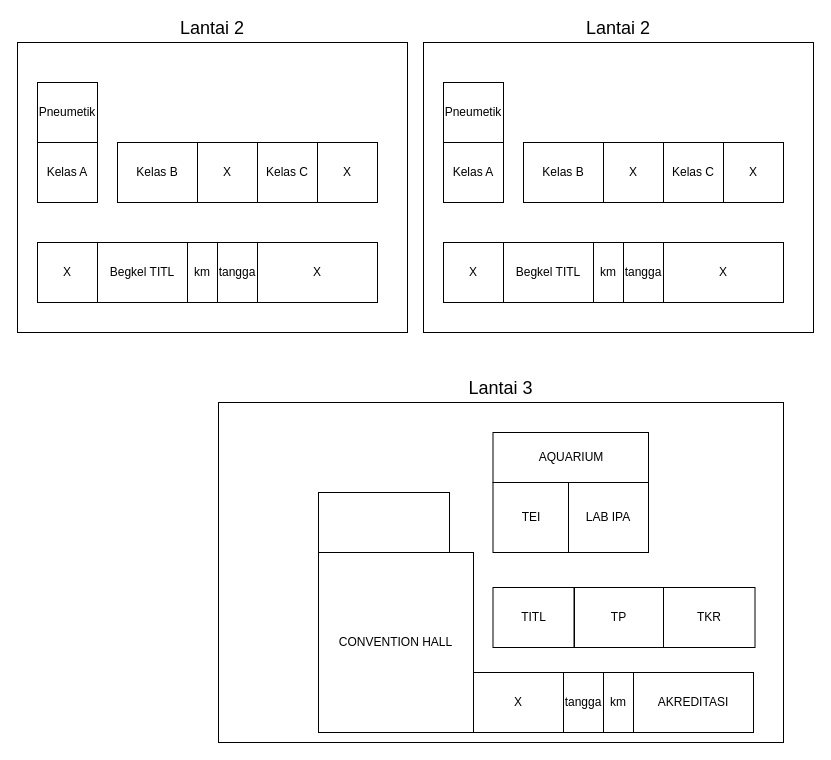
The draw.io diagram DENAH SMK JATENG.drawio in hnkzf/topologi-site, before the edit. Source tidied: cells renumbered, new cells numbered last; positions are measured from the earlier drawing's top-left corner, leaving out a move shared by most shapes. Both pictures are drawn from the tidied source at 100%, with x=0, y=0 at pixel (17, 42).
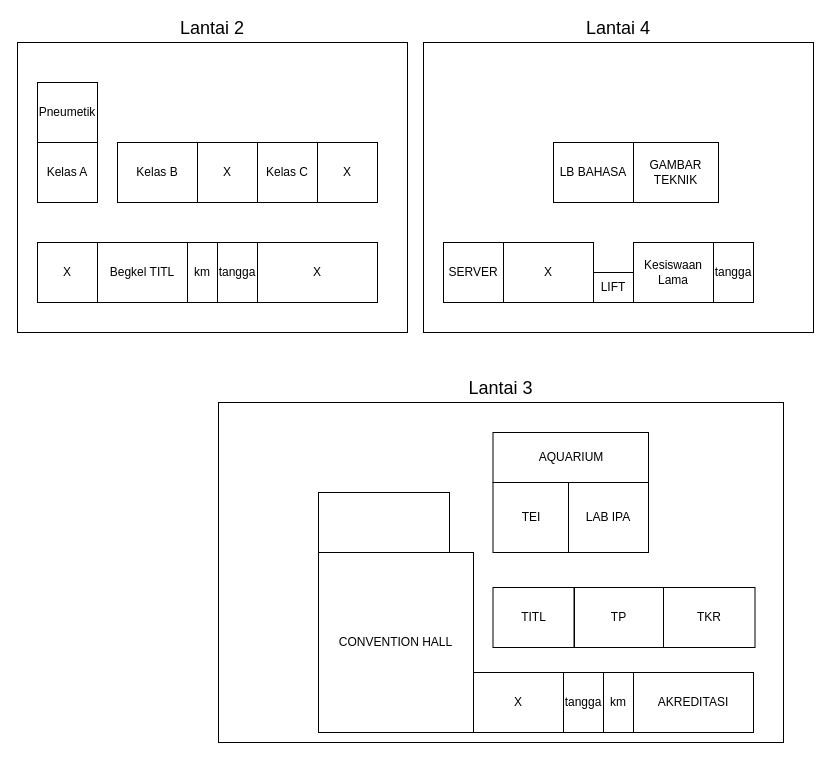
The same diagram, later.

The edit, as a diff of the source:
```diff
@@
-    <mxCell id="18" value="CONVENTION HALL" style="rounded=0;whiteSpace=wrap;html=1;shadow=0;" parent="1" vertex="1">
-      <mxGeometry x="301" y="510" width="155" height="180" as="geometry" />
-    </mxCell>
@@
-    <mxCell id="23" value="Lantai 2" style="rounded=0;whiteSpace=wrap;html=1;labelPosition=center;verticalLabelPosition=top;align=center;verticalAlign=bottom;fontSize=18;" parent="1" vertex="1">
+    <mxCell id="23" value="Lantai 4" style="rounded=0;whiteSpace=wrap;html=1;labelPosition=center;verticalLabelPosition=top;align=center;verticalAlign=bottom;fontSize=18;" parent="1" vertex="1">
       <mxGeometry x="406" width="390" height="290" as="geometry" />
     </mxCell>
     <mxCell id="24" value="tangga" style="rounded=0;whiteSpace=wrap;html=1;" parent="1" vertex="1">
-      <mxGeometry x="606" y="200" width="40" height="60" as="geometry" />
+      <mxGeometry x="696" y="200" width="40" height="60" as="geometry" />
     </mxCell>
-    <mxCell id="25" value="km" style="rounded=0;whiteSpace=wrap;html=1;" parent="1" vertex="1">
-      <mxGeometry x="576" y="200" width="30" height="60" as="geometry" />
+    <mxCell id="25" value="Kesiswaan Lama" style="rounded=0;whiteSpace=wrap;html=1;" parent="1" vertex="1">
+      <mxGeometry x="616" y="200" width="80" height="60" as="geometry" />
     </mxCell>
-    <mxCell id="26" value="Begkel TITL" style="rounded=0;whiteSpace=wrap;html=1;" parent="1" vertex="1">
+    <mxCell id="26" value="X" style="rounded=0;whiteSpace=wrap;html=1;" parent="1" vertex="1">
       <mxGeometry x="486" y="200" width="90" height="60" as="geometry" />
     </mxCell>
-    <mxCell id="27" value="X" style="rounded=0;whiteSpace=wrap;html=1;" parent="1" vertex="1">
+    <mxCell id="27" value="SERVER" style="rounded=0;whiteSpace=wrap;html=1;" parent="1" vertex="1">
       <mxGeometry x="426" y="200" width="60" height="60" as="geometry" />
     </mxCell>
-    <mxCell id="28" value="X" style="rounded=0;whiteSpace=wrap;html=1;" parent="1" vertex="1">
-      <mxGeometry x="646" y="200" width="120" height="60" as="geometry" />
-    </mxCell>
-    <mxCell id="29" value="X" style="rounded=0;whiteSpace=wrap;html=1;" parent="1" vertex="1">
-      <mxGeometry x="586" y="100" width="60" height="60" as="geometry" />
+    <mxCell id="29" value="GAMBAR TEKNIK" style="rounded=0;whiteSpace=wrap;html=1;" parent="1" vertex="1">
+      <mxGeometry x="616" y="100" width="85" height="60" as="geometry" />
     </mxCell>
-    <mxCell id="30" value="Kelas C" style="rounded=0;whiteSpace=wrap;html=1;" parent="1" vertex="1">
-      <mxGeometry x="646" y="100" width="60" height="60" as="geometry" />
-    </mxCell>
-    <mxCell id="31" value="X" style="rounded=0;whiteSpace=wrap;html=1;" parent="1" vertex="1">
-      <mxGeometry x="706" y="100" width="60" height="60" as="geometry" />
-    </mxCell>
-    <mxCell id="32" value="Kelas B" style="rounded=0;whiteSpace=wrap;html=1;" parent="1" vertex="1">
-      <mxGeometry x="506" y="100" width="80" height="60" as="geometry" />
+    <mxCell id="32" value="LB BAHASA" style="rounded=0;whiteSpace=wrap;html=1;" parent="1" vertex="1">
+      <mxGeometry x="536" y="100" width="80" height="60" as="geometry" />
     </mxCell>
-    <mxCell id="33" value="Kelas A" style="rounded=0;whiteSpace=wrap;html=1;" parent="1" vertex="1">
-      <mxGeometry x="426" y="100" width="60" height="60" as="geometry" />
-    </mxCell>
-    <mxCell id="34" value="Pneumetik" style="rounded=0;whiteSpace=wrap;html=1;" parent="1" vertex="1">
-      <mxGeometry x="426" y="40" width="60" height="60" as="geometry" />
-    </mxCell>
@@
+    <mxCell id="39" style="group;" parent="1" vertex="1">
+      <mxGeometry x="301" y="450" width="155" height="240" as="geometry" />
+    </mxCell>
+    <mxCell id="18" value="CONVENTION HALL" style="rounded=0;whiteSpace=wrap;html=1;shadow=0;" parent="39" vertex="1">
+      <mxGeometry y="60" width="155" height="180" as="geometry" />
+    </mxCell>
-    <mxCell id="38" style="rounded=0;whiteSpace=wrap;html=1;shadow=0;" parent="1" vertex="1">
-      <mxGeometry x="301" y="450" width="131" height="60" as="geometry" />
+    <mxCell id="38" style="rounded=0;whiteSpace=wrap;html=1;shadow=0;" parent="39" vertex="1">
+      <mxGeometry width="131" height="60" as="geometry" />
     </mxCell>
+    <mxCell id="40" value="LIFT" style="rounded=0;whiteSpace=wrap;html=1;" parent="1" vertex="1">
+      <mxGeometry x="576" y="230" width="40" height="30" as="geometry" />
+    </mxCell>
```
